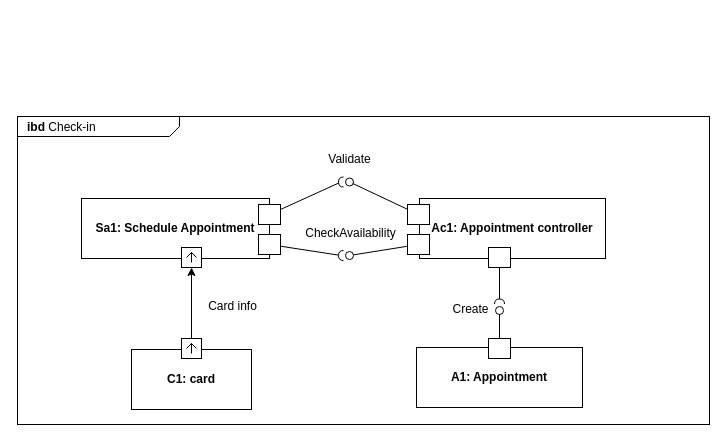
RafaelCMira/myclinic-msp-project keeps this draw.io diagram as Diagrams/Development/IBD 5 - Check-in.drawio. Above is the earlier version. Source tidied: cells renumbered, new cells numbered last; positions are measured from the earlier drawing's top-left corner, leaving out a move shared by most shapes. Both pictures are drawn from the tidied source at 100%, with x=0, y=0 at pixel (17, 116).
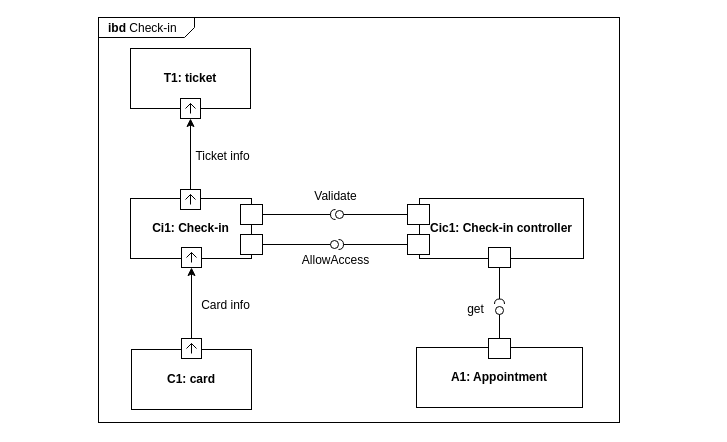
Above is the later version.

Unchanged cells that the change refers to:
```xml
<mxCell id="25" style="html=1;rounded=0;fillColor=default;" parent="1" vertex="1">
  <mxGeometry x="390" y="88" width="22" height="20" as="geometry" />
</mxCell>
<mxCell id="33" style="html=1;rounded=0;fillColor=default;" parent="1" vertex="1">
  <mxGeometry x="390" y="118" width="22" height="20" as="geometry" />
</mxCell>
```

Change to the diagram source:
```diff
@@
-    <mxCell id="2" value="&lt;p style=&quot;margin:0px;margin-top:4px;margin-left:10px;text-align:left;&quot;&gt;&lt;b&gt;ibd&lt;/b&gt;&amp;nbsp;Check-in&lt;/p&gt;" style="html=1;shape=mxgraph.sysml.package;labelX=162.01;align=left;spacingLeft=10;html=1;overflow=fill;whiteSpace=wrap;" parent="1" vertex="1">
-      <mxGeometry width="692" height="308" as="geometry" />
+    <mxCell id="2" value="&lt;p style=&quot;margin:0px;margin-top:4px;margin-left:10px;text-align:left;&quot;&gt;&lt;b&gt;ibd&lt;/b&gt;&amp;nbsp;Check-in&lt;/p&gt;" style="html=1;shape=mxgraph.sysml.package;labelX=96.29;align=left;spacingLeft=10;html=1;overflow=fill;whiteSpace=wrap;" parent="1" vertex="1">
+      <mxGeometry x="81" y="-99" width="521" height="405" as="geometry" />
     </mxCell>
@@
     <mxCell id="7" value="Card info" style="text;html=1;align=center;verticalAlign=middle;strokeColor=none;fillColor=none;" parent="1" vertex="1">
-      <mxGeometry x="181" y="177" width="67" height="26" as="geometry" />
+      <mxGeometry x="174" y="176" width="67" height="26" as="geometry" />
     </mxCell>
-    <mxCell id="8" style="endArrow=none;html=1;rounded=0;align=center;verticalAlign=top;endFill=0;labelBackgroundColor=none;endSize=2;" parent="1" edge="1" source="25" target="9">
-      <mxGeometry relative="1" as="geometry" />
-    </mxCell>
-    <mxCell id="9" style="ellipse;html=1;fontSize=11;align=center;fillColor=none;points=[];verticalAlign=bottom;labelPosition=center;verticalLabelPosition=top;flipH=1;" parent="1" vertex="1">
-      <mxGeometry x="328" y="61.5" width="8" height="8" as="geometry" />
-    </mxCell>
-    <mxCell id="10" style="endArrow=none;html=1;rounded=0;align=center;verticalAlign=top;endFill=0;labelBackgroundColor=none;endSize=2;" parent="1" edge="1" source="23" target="11">
-      <mxGeometry relative="1" as="geometry" />
-    </mxCell>
-    <mxCell id="11" style="shape=requiredInterface;html=1;fontSize=11;align=center;fillColor=none;points=[];verticalAlign=bottom;labelPosition=center;verticalLabelPosition=top;flipH=1;rotation=0;" parent="1" vertex="1">
-      <mxGeometry x="321" y="60.5" width="5" height="10" as="geometry" />
-    </mxCell>
-    <mxCell id="12" value="Validate" style="text;html=1;align=center;verticalAlign=middle;strokeColor=none;fillColor=none;" parent="1" vertex="1">
-      <mxGeometry x="302" y="30" width="60" height="26" as="geometry" />
-    </mxCell>
@@
-    <mxCell id="17" value="Create" style="text;html=1;align=center;verticalAlign=middle;strokeColor=none;fillColor=none;" parent="1" vertex="1">
-      <mxGeometry x="425.5" y="180" width="54" height="26" as="geometry" />
+    <mxCell id="17" value="get" style="text;html=1;align=center;verticalAlign=middle;strokeColor=none;fillColor=none;" parent="1" vertex="1">
+      <mxGeometry x="440" y="180" width="35" height="26" as="geometry" />
     </mxCell>
@@
-    <mxCell id="21" value="&lt;b&gt;Sa1: Schedule Appointment&lt;/b&gt;" style="rounded=0;whiteSpace=wrap;html=1;fillColor=none;" parent="1" vertex="1">
-      <mxGeometry x="64" y="82" width="188" height="60" as="geometry" />
+    <mxCell id="21" value="&lt;b&gt;Ci1: Check-in&lt;/b&gt;" style="rounded=0;whiteSpace=wrap;html=1;fillColor=none;" parent="1" vertex="1">
+      <mxGeometry x="113" y="82" width="121" height="60" as="geometry" />
     </mxCell>
@@
     <mxCell id="23" style="html=1;rounded=0;" parent="1" vertex="1">
-      <mxGeometry x="241" y="88" width="22" height="20" as="geometry" />
+      <mxGeometry x="223" y="88" width="22" height="20" as="geometry" />
     </mxCell>
-    <mxCell id="24" value="&lt;b&gt;Ac1: Appointment controller&lt;/b&gt;" style="rounded=0;whiteSpace=wrap;html=1;fillColor=none;" parent="1" vertex="1">
-      <mxGeometry x="402" y="82" width="186" height="60" as="geometry" />
+    <mxCell id="24" value="&lt;b&gt;Cic1: Check-in controller&lt;/b&gt;" style="rounded=0;whiteSpace=wrap;html=1;fillColor=none;" parent="1" vertex="1">
+      <mxGeometry x="402" y="82" width="164" height="60" as="geometry" />
     </mxCell>
@@
-    <mxCell id="27" style="endArrow=none;html=1;rounded=0;align=center;verticalAlign=top;endFill=0;labelBackgroundColor=none;endSize=2;" parent="1" edge="1" source="33" target="28">
-      <mxGeometry relative="1" as="geometry" />
-    </mxCell>
-    <mxCell id="28" style="ellipse;html=1;fontSize=11;align=center;fillColor=none;points=[];verticalAlign=bottom;labelPosition=center;verticalLabelPosition=top;flipH=1;" parent="1" vertex="1">
-      <mxGeometry x="328" y="135" width="8" height="8" as="geometry" />
-    </mxCell>
-    <mxCell id="29" style="endArrow=none;html=1;rounded=0;align=center;verticalAlign=top;endFill=0;labelBackgroundColor=none;endSize=2;" parent="1" edge="1" source="32" target="30">
-      <mxGeometry relative="1" as="geometry" />
-    </mxCell>
-    <mxCell id="30" style="shape=requiredInterface;html=1;fontSize=11;align=center;fillColor=none;points=[];verticalAlign=bottom;labelPosition=center;verticalLabelPosition=top;flipH=1;rotation=0;" parent="1" vertex="1">
-      <mxGeometry x="321" y="134" width="5" height="10" as="geometry" />
-    </mxCell>
-    <mxCell id="31" value="CheckAvailability" style="text;html=1;align=center;verticalAlign=middle;strokeColor=none;fillColor=none;" parent="1" vertex="1">
-      <mxGeometry x="278" y="103.5" width="109" height="26" as="geometry" />
-    </mxCell>
     <mxCell id="32" style="html=1;rounded=0;" parent="1" vertex="1">
-      <mxGeometry x="241" y="118" width="22" height="20" as="geometry" />
+      <mxGeometry x="223" y="118" width="22" height="20" as="geometry" />
     </mxCell>
@@
+    <mxCell id="34" style="endArrow=none;html=1;rounded=0;align=center;verticalAlign=top;endFill=0;labelBackgroundColor=none;endSize=2;" parent="1" edge="1" source="25" target="35">
+      <mxGeometry relative="1" as="geometry" />
+    </mxCell>
+    <mxCell id="35" style="ellipse;html=1;fontSize=11;align=center;fillColor=none;points=[];verticalAlign=bottom;labelPosition=center;verticalLabelPosition=top;flipH=1;" parent="1" vertex="1">
+      <mxGeometry x="318" y="94" width="8" height="8" as="geometry" />
+    </mxCell>
+    <mxCell id="36" style="endArrow=none;html=1;rounded=0;align=center;verticalAlign=top;endFill=0;labelBackgroundColor=none;endSize=2;" parent="1" edge="1" source="23" target="37">
+      <mxGeometry relative="1" as="geometry" />
+    </mxCell>
+    <mxCell id="37" style="shape=requiredInterface;html=1;fontSize=11;align=center;fillColor=none;points=[];verticalAlign=bottom;labelPosition=center;verticalLabelPosition=top;flipH=1;rotation=0;" parent="1" vertex="1">
+      <mxGeometry x="313" y="93" width="5" height="10" as="geometry" />
+    </mxCell>
+    <mxCell id="12" value="Validate" style="text;html=1;align=center;verticalAlign=middle;strokeColor=none;fillColor=none;" parent="1" vertex="1">
+      <mxGeometry x="287.5" y="67" width="60" height="26" as="geometry" />
+    </mxCell>
+    <mxCell id="38" style="endArrow=none;html=1;rounded=0;align=center;verticalAlign=top;endFill=0;labelBackgroundColor=none;endSize=2;" parent="1" edge="1" source="32" target="39">
+      <mxGeometry relative="1" as="geometry" />
+    </mxCell>
+    <mxCell id="39" style="ellipse;html=1;fontSize=11;align=center;fillColor=none;points=[];verticalAlign=bottom;labelPosition=center;verticalLabelPosition=top;flipH=1;" parent="1" vertex="1">
+      <mxGeometry x="313" y="124" width="8" height="8" as="geometry" />
+    </mxCell>
+    <mxCell id="40" style="endArrow=none;html=1;rounded=0;align=center;verticalAlign=top;endFill=0;labelBackgroundColor=none;endSize=2;" parent="1" edge="1" source="33" target="41">
+      <mxGeometry relative="1" as="geometry" />
+    </mxCell>
+    <mxCell id="41" style="shape=requiredInterface;html=1;fontSize=11;align=center;fillColor=none;points=[];verticalAlign=bottom;labelPosition=center;verticalLabelPosition=top;flipH=1;rotation=-180;" parent="1" vertex="1">
+      <mxGeometry x="321" y="123" width="5" height="10" as="geometry" />
+    </mxCell>
+    <mxCell id="42" value="AllowAccess" style="text;html=1;align=center;verticalAlign=middle;strokeColor=none;fillColor=none;" parent="1" vertex="1">
+      <mxGeometry x="275" y="131" width="85" height="26" as="geometry" />
+    </mxCell>
+    <mxCell id="43" value="&lt;b&gt;T1: ticket&lt;/b&gt;" style="rounded=0;whiteSpace=wrap;html=1;fillColor=none;" parent="1" vertex="1">
+      <mxGeometry x="113" y="-68" width="120" height="60" as="geometry" />
+    </mxCell>
+    <mxCell id="44" style="rounded=0;jettySize=auto;html=1;" parent="1" edge="1" source="45" target="46">
+      <mxGeometry relative="1" as="geometry" />
+    </mxCell>
+    <mxCell id="45" style="html=1;shape=mxgraph.sysml.port;sysMLPortType=flowN;" parent="1" vertex="1">
+      <mxGeometry x="163" y="73" width="20" height="20" as="geometry" />
+    </mxCell>
+    <mxCell id="46" style="html=1;shape=mxgraph.sysml.port;sysMLPortType=flowN;" parent="1" vertex="1">
+      <mxGeometry x="163" y="-18" width="20" height="20" as="geometry" />
+    </mxCell>
+    <mxCell id="47" value="Ticket info" style="text;html=1;align=center;verticalAlign=middle;strokeColor=none;fillColor=none;" parent="1" vertex="1">
+      <mxGeometry x="169" y="27" width="72" height="26" as="geometry" />
+    </mxCell>
```
